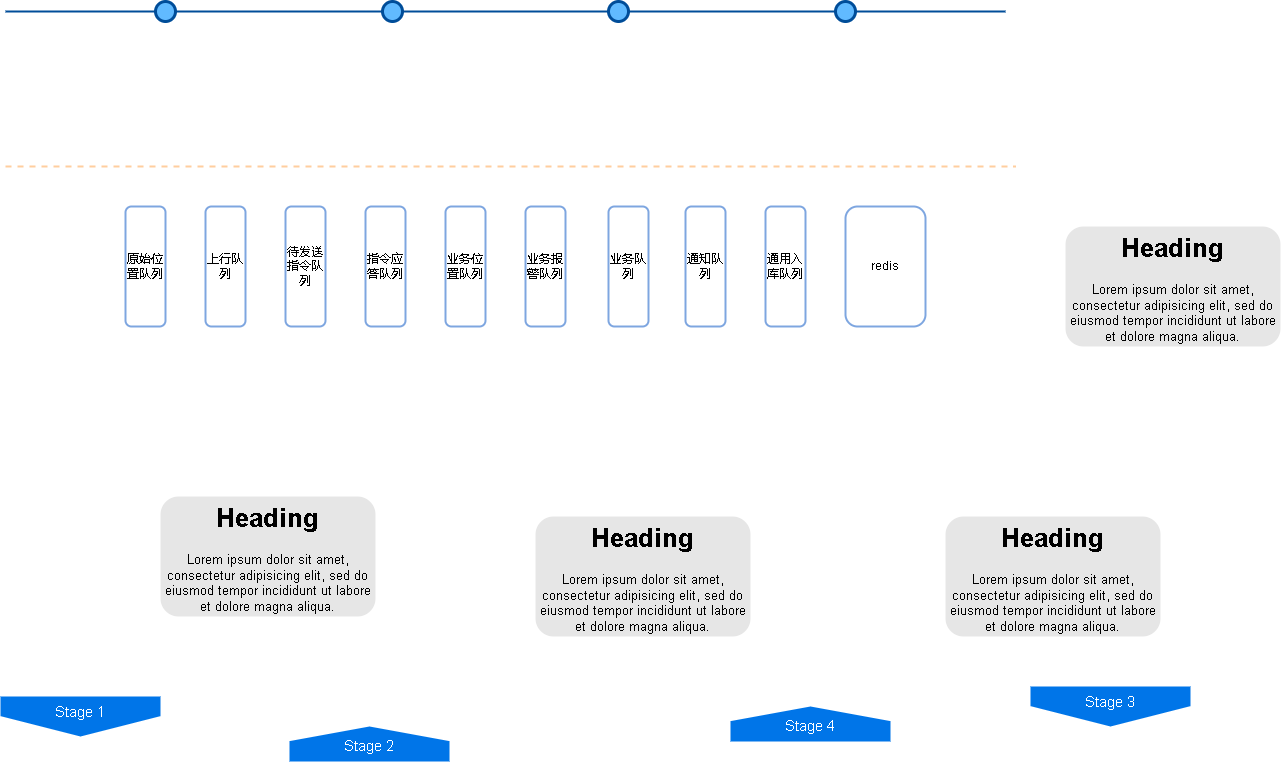
Earlier version of the draw.io export CgoPro业务总线.drawio.png (xktder/draw). Source tidied: cells renumbered, new cells last; positions are measured from the earlier drawing's top-left corner, leaving out a move shared by most shapes.
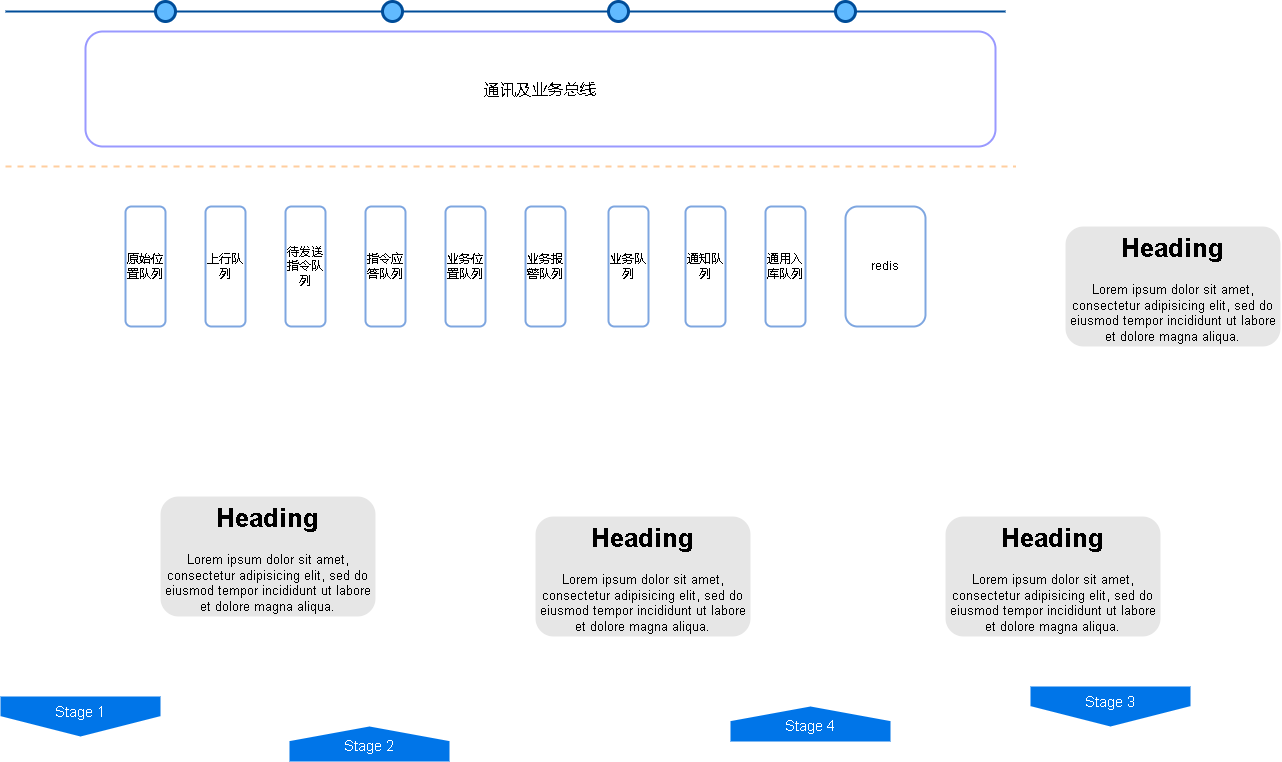
The same diagram one commit later.

Commit message:
更新CgoPro业务总线.drawio.png

The edit, as a diff of the source:
```diff
@@ -77,5 +77,8 @@
         <mxPoint x="1015" y="165" as="targetPoint" />
       </mxGeometry>
     </mxCell>
+    <mxCell id="26" value="&lt;font style=&quot;font-size: 16px;&quot;&gt;通讯及业务总线&lt;/font&gt;" style="rounded=1;whiteSpace=wrap;html=1;strokeWidth=2;strokeColor=#9999FF;" parent="1" vertex="1">
+      <mxGeometry x="85" y="30" width="910" height="115" as="geometry" />
+    </mxCell>
   </root>
 </mxGraphModel>
```
